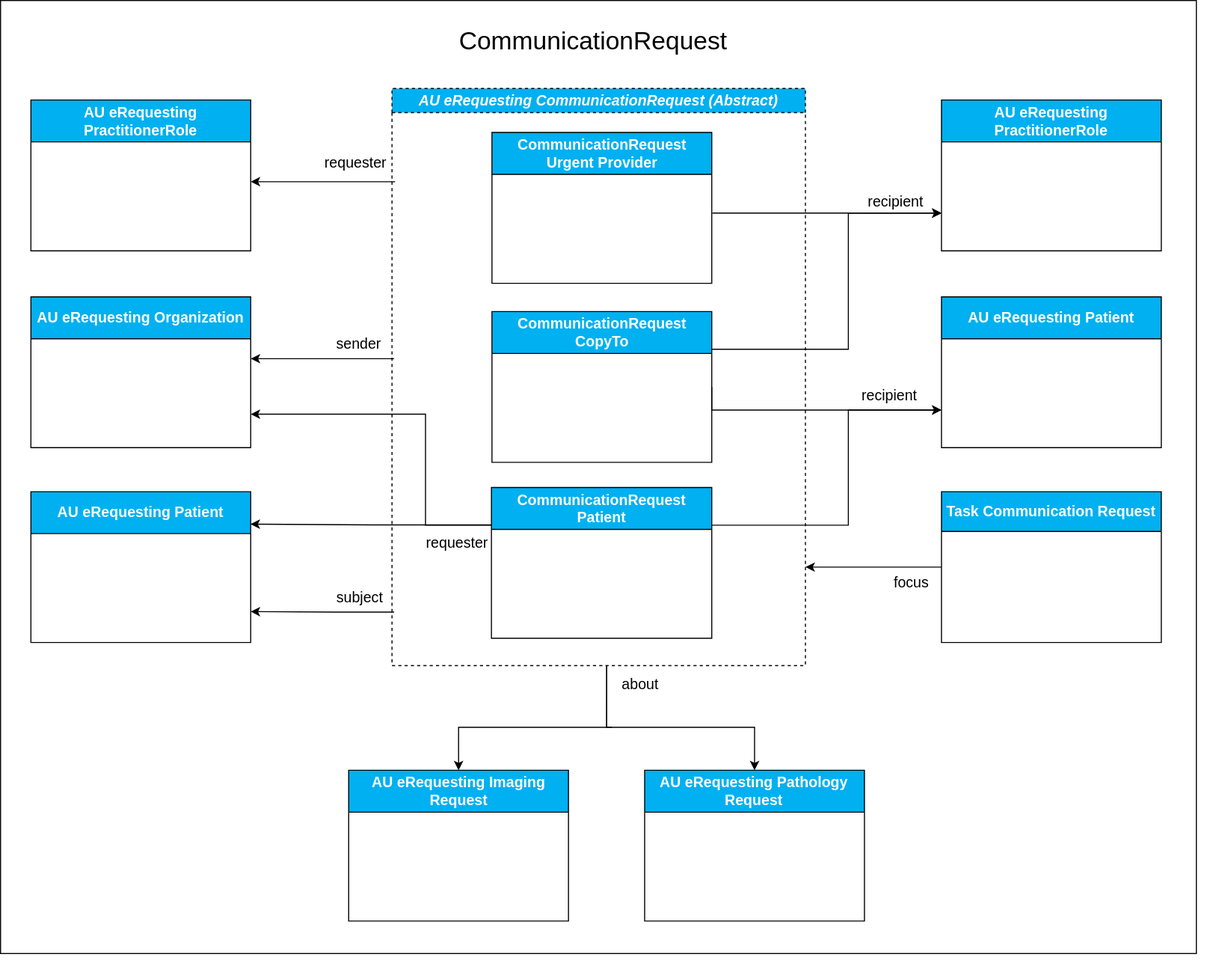
Above: input/images/au-erequesting-profiles-au-erequesting-profiles-communicationrequest.svg in hl7au/au-fhir-erequesting (draw.io), before the change. Source tidied: cells renumbered, new cells last; positions are measured from the earlier drawing's top-left corner, leaving out a move shared by most shapes.
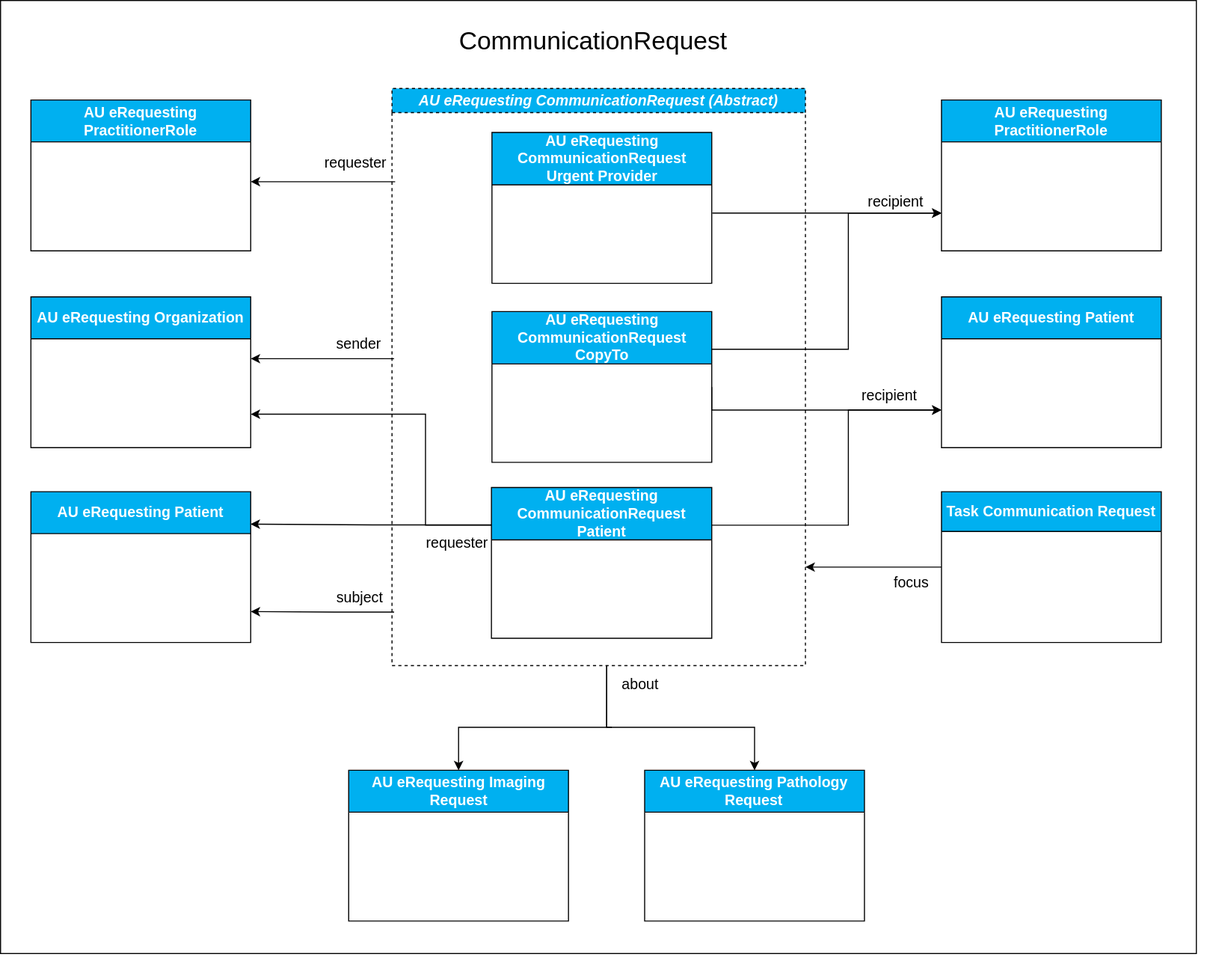
Later version of the same file.

Commit message:
Updated Consent and CommunicationRequest profile diagrams to use correct profile names and reworded the intro to the AU eRequesting Profile Relationships section.

What changed in the source:
```diff
@@ -11,7 +11,7 @@
     <mxCell id="4" value="&lt;font style=&quot;font-size: 24px;&quot;&gt;CommunicationRequest&lt;/font&gt;" style="text;html=1;align=center;verticalAlign=middle;strokeColor=none;fillColor=none;" parent="2" vertex="1">
       <mxGeometry x="415.5" y="19" width="280" height="40" as="geometry" />
     </mxCell>
-    <mxCell id="5" value="&lt;font style=&quot;font-size: 14px;&quot;&gt;CommunicationRequest CopyTo&lt;/font&gt;" style="swimlane;whiteSpace=wrap;html=1;fillColor=#00B0F0;strokeColor=default;fontColor=#FFFFFF;startSize=40;fontSize=12;verticalAlign=middle;horizontal=1;align=center;fontFamily=Helvetica;fontStyle=1;" parent="2" vertex="1">
+    <mxCell id="5" value="&lt;font style=&quot;font-size: 14px;&quot;&gt;AU eRequesting CommunicationRequest CopyTo&lt;/font&gt;" style="swimlane;whiteSpace=wrap;html=1;fillColor=#00B0F0;strokeColor=default;fontColor=#FFFFFF;startSize=50;fontSize=12;verticalAlign=middle;horizontal=1;align=center;fontFamily=Helvetica;fontStyle=1;" parent="2" vertex="1">
       <mxGeometry x="459.5" y="297" width="210" height="144" as="geometry" />
     </mxCell>
     <mxCell id="6" value="&lt;font style=&quot;font-size: 14px;&quot;&gt;requester&lt;/font&gt;" style="edgeStyle=orthogonalEdgeStyle;rounded=0;orthogonalLoop=1;jettySize=auto;html=1;entryX=1;entryY=0.5;entryDx=0;entryDy=0;" parent="2" edge="1">
@@ -135,10 +135,10 @@
     <mxCell id="28" value="&lt;font style=&quot;font-size: 14px;&quot;&gt;AU eRequesting PractitionerRole&lt;/font&gt;" style="swimlane;whiteSpace=wrap;html=1;fillColor=#00B0F0;fontColor=#FFFFFF;strokeColor=default;align=center;verticalAlign=middle;fontFamily=Helvetica;fontSize=12;fontStyle=1;startSize=40;" parent="2" vertex="1">
       <mxGeometry x="889" y="95" width="210" height="144" as="geometry" />
     </mxCell>
-    <mxCell id="29" value="&lt;font style=&quot;font-size: 14px;&quot;&gt;CommunicationRequest Urgent Provider&lt;/font&gt;" style="swimlane;whiteSpace=wrap;html=1;fillColor=#00B0F0;strokeColor=default;fontColor=#FFFFFF;startSize=40;fontSize=12;verticalAlign=middle;horizontal=1;align=center;fontFamily=Helvetica;fontStyle=1;" parent="2" vertex="1">
+    <mxCell id="29" value="&lt;font style=&quot;font-size: 14px;&quot;&gt;AU eRequesting CommunicationRequest Urgent Provider&lt;/font&gt;" style="swimlane;whiteSpace=wrap;html=1;fillColor=#00B0F0;strokeColor=default;fontColor=#FFFFFF;startSize=50;fontSize=12;verticalAlign=middle;horizontal=1;align=center;fontFamily=Helvetica;fontStyle=1;" parent="2" vertex="1">
       <mxGeometry x="459.5" y="126" width="210" height="144" as="geometry" />
     </mxCell>
-    <mxCell id="30" value="&lt;font style=&quot;font-size: 14px;&quot;&gt;CommunicationRequest Patient&lt;/font&gt;" style="swimlane;whiteSpace=wrap;html=1;fillColor=#00B0F0;strokeColor=default;fontColor=#FFFFFF;startSize=40;fontSize=12;verticalAlign=middle;horizontal=1;align=center;fontFamily=Helvetica;fontStyle=1;" parent="2" vertex="1">
+    <mxCell id="30" value="&lt;font style=&quot;font-size: 14px;&quot;&gt;AU eRequesting CommunicationRequest Patient&lt;/font&gt;" style="swimlane;whiteSpace=wrap;html=1;fillColor=#00B0F0;strokeColor=default;fontColor=#FFFFFF;startSize=50;fontSize=12;verticalAlign=middle;horizontal=1;align=center;fontFamily=Helvetica;fontStyle=1;" parent="2" vertex="1">
       <mxGeometry x="459" y="465" width="210.5" height="144" as="geometry" />
     </mxCell>
     <mxCell id="31" style="edgeStyle=orthogonalEdgeStyle;rounded=0;jettySize=auto;html=1;exitX=0.5;exitY=1;exitDx=0;exitDy=0;entryX=0.5;entryY=0;entryDx=0;entryDy=0;" parent="2" edge="1" target="33">
```
